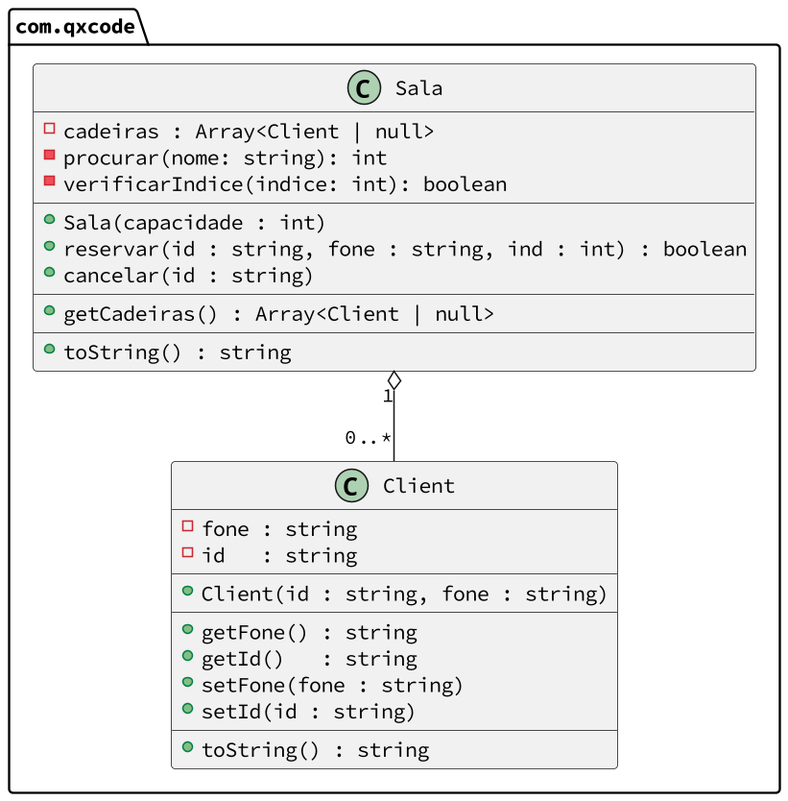
Earlier version of the PlantUML export base/cinema2/diagrama.png (qxcodepoo/arcade).
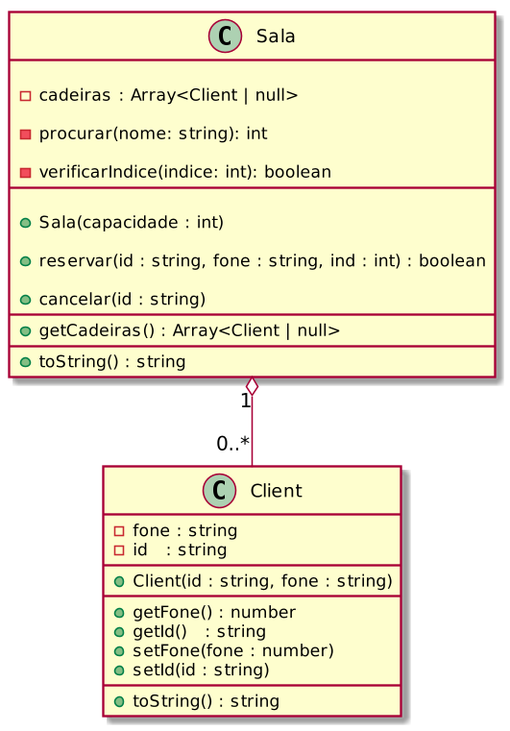
After the change.

Change to the diagram source:
```diff
@@ -3,34 +3,39 @@
 skinparam defaultFontName Hasklig
 skinparam dpi 150
 
-package com.qxcode {
-  class Client {
-    - fone : string
-    - id   : string
-    __
-    + Client(id : string, fone : string)
-    __
-    + getFone() : string
-    + getId()   : string
-    + setFone(fone : string)
-    + setId(id : string)
-    __
-    + toString() : string
-  }
+class Client {
+  - fone : string
+  - id   : string
+  __
+  + Client(id : string, fone : string)
+  __
+  + getFone() : number
+  + getId()   : string
+  + setFone(fone : number)
+  + setId(id : string)
+  __
+  + toString() : string
+}
 
-  class Sala {
-    - cadeiras : Array<Client | null>
-    - procurar(nome: string): int
-    - verificarIndice(indice: int): boolean
-    __
-    + Sala(capacidade : int)
-    + reservar(id : string, fone : string, ind : int) : boolean
-    + cancelar(id : string)
-    __
-    + getCadeiras() : Array<Client | null>
-    __
-    + toString() : string
-  }
+class Sala {
+
+  - cadeiras : Array<Client | null>
+
+  - procurar(nome: string): int
+
+  - verificarIndice(indice: int): boolean
+  __
+
+  + Sala(capacidade : int)
+
+  + reservar(id : string, fone : string, ind : int) : boolean
+
+  + cancelar(id : string)
+  __
+  + getCadeiras() : Array<Client | null>
+  __
+  + toString() : string
 }
+
 Sala "1" o-- "0..*" Client
 @enduml
```
